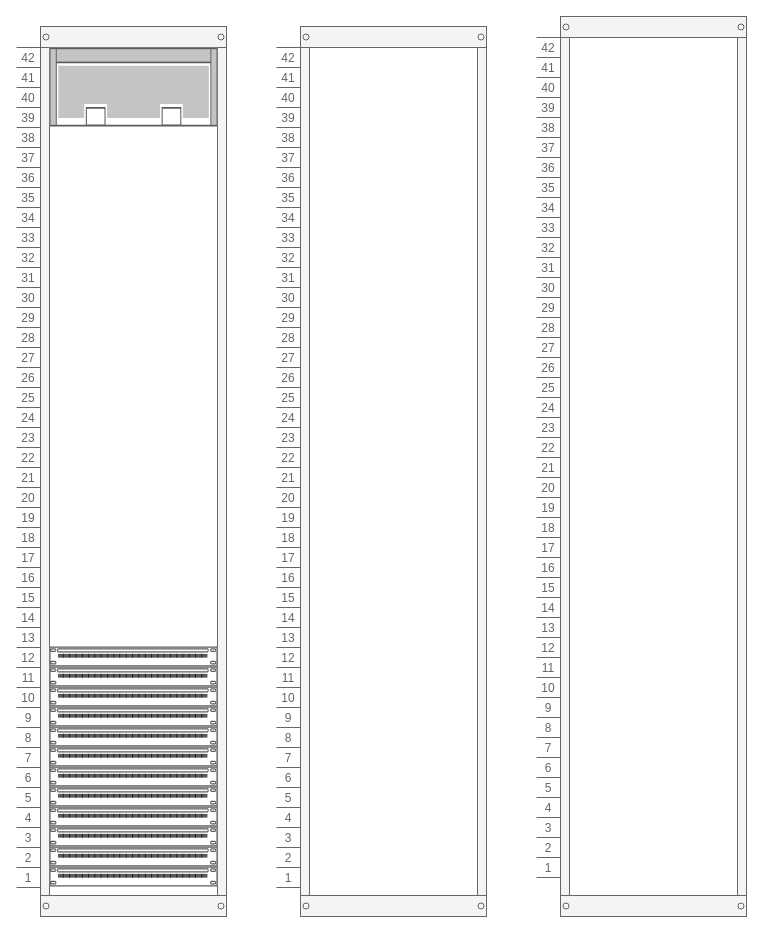
savehitesh/savehitesh keeps this draw.io diagram as Untitled Diagram.drawio. Above is the earlier version. Source tidied: cells renumbered, new cells numbered last; positions are measured from the earlier drawing's top-left corner, leaving out a move shared by most shapes. Both pictures are drawn from the tidied source at 100%, with x=0, y=0 at pixel (16, 16).
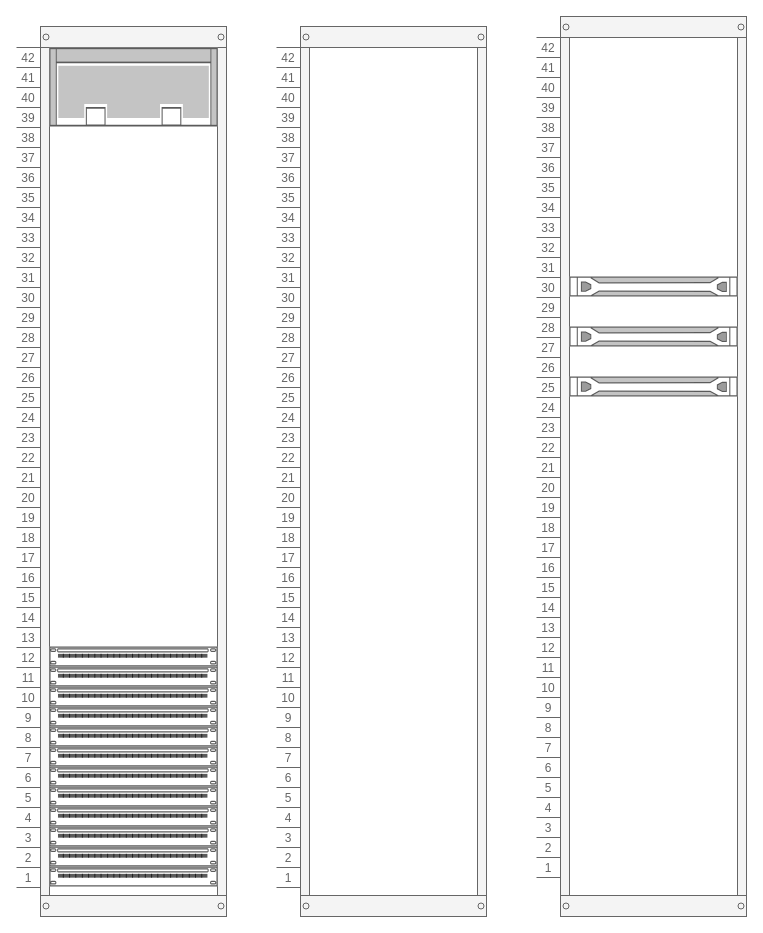
After the change.

Unchanged cells that the change refers to:
```xml
<mxCell id="17" style="strokeColor=#666666;html=1;verticalLabelPosition=bottom;labelBackgroundColor=#ffffff;verticalAlign=top;shadow=0;dashed=0;shape=mxgraph.rackGeneral.container;fillColor2=#f4f4f4;allowGaps=1;textColor=#666666;numDisp=ascend;" parent="1" vertex="1">
  <mxGeometry x="520" width="210" height="900" as="geometry" />
</mxCell>
```

Change to the diagram source:
```diff
@@
+    <mxCell id="18" style="shape=mxgraph.rack.hp.hp_proliant_dl360e_g8;html=1;labelPosition=right;align=left;spacingLeft=15;dashed=0;shadow=0;fillColor=#ffffff;" parent="17" vertex="1">
+      <mxGeometry x="33" y="260" width="168" height="20" as="geometry" />
+    </mxCell>
+    <mxCell id="19" style="shape=mxgraph.rack.hp.hp_proliant_dl360e_g8;html=1;labelPosition=right;align=left;spacingLeft=15;dashed=0;shadow=0;fillColor=#ffffff;" parent="17" vertex="1">
+      <mxGeometry x="33" y="310" width="168" height="20" as="geometry" />
+    </mxCell>
+    <mxCell id="20" style="shape=mxgraph.rack.hp.hp_proliant_dl360e_g8;html=1;labelPosition=right;align=left;spacingLeft=15;dashed=0;shadow=0;fillColor=#ffffff;" parent="17" vertex="1">
+      <mxGeometry x="33" y="360" width="168" height="20" as="geometry" />
+    </mxCell>
```
